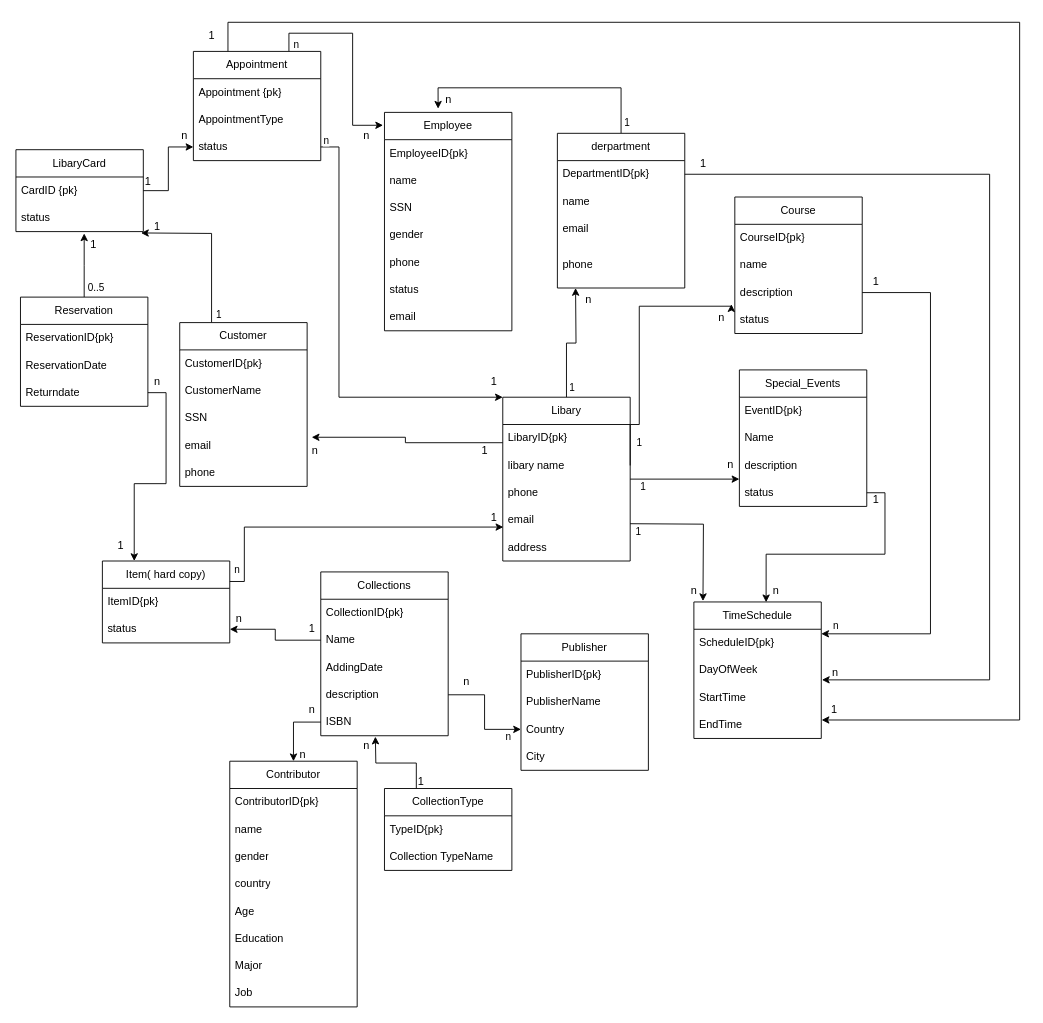
Before: table_relations.drawio in Dovanvu09/LibraryManagement, a draw.io diagram. Source tidied: cells renumbered, new cells numbered last; positions are measured from the earlier drawing's top-left corner, leaving out a move shared by most shapes. Both pictures are drawn from the tidied source at 91%, with x=0, y=0 at pixel (15, 22).
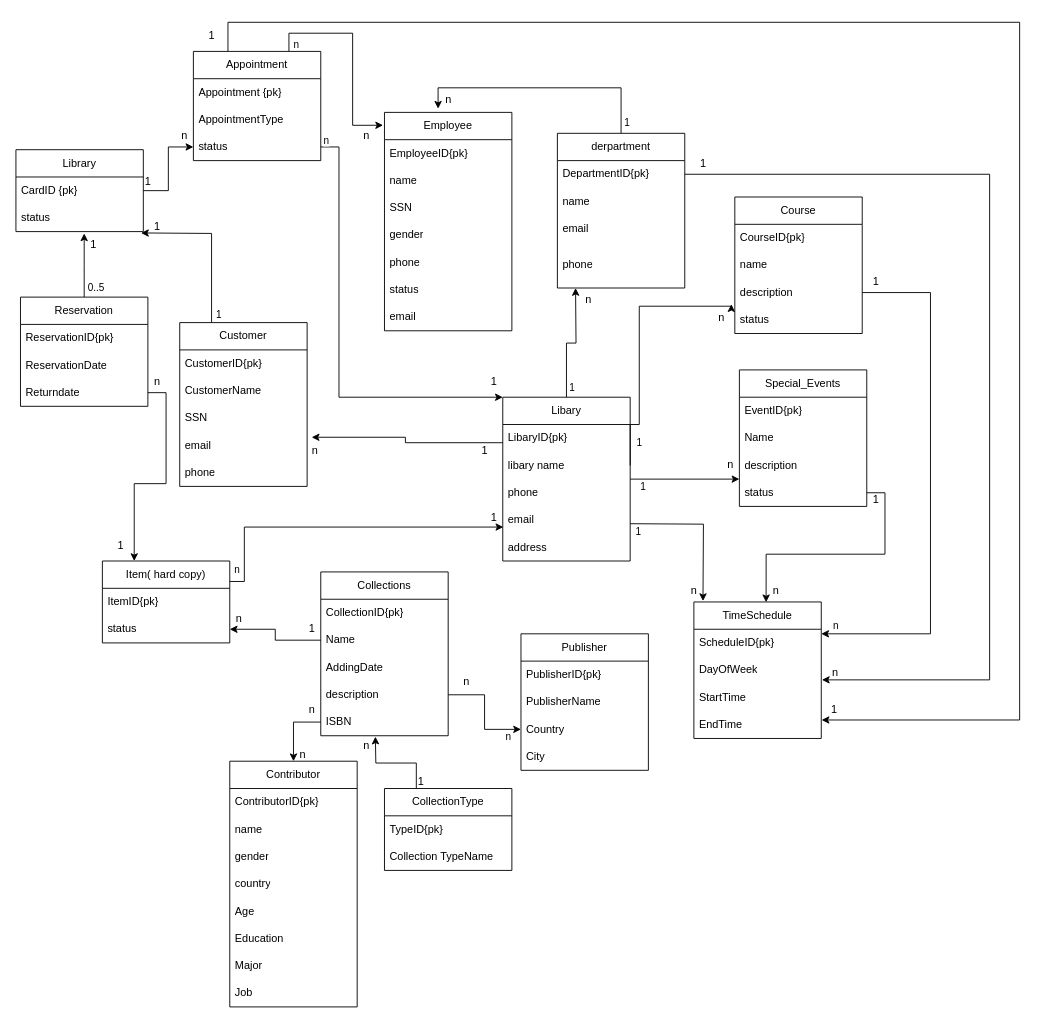
Above is the later version.

Commit message:
Cập nhật table_relations.drawio

Change to the diagram source:
```diff
@@
-    <mxCell id="2" value="&lt;div&gt;LibaryCard&lt;/div&gt;" style="swimlane;fontStyle=0;horizontal=1;startSize=30;whiteSpace=wrap;html=1;" parent="1" vertex="1">
+    <mxCell id="2" value="Library" style="swimlane;fontStyle=0;horizontal=1;startSize=30;whiteSpace=wrap;html=1;" parent="1" vertex="1">
       <mxGeometry y="140" width="140" height="90" as="geometry" />
     </mxCell>
```
